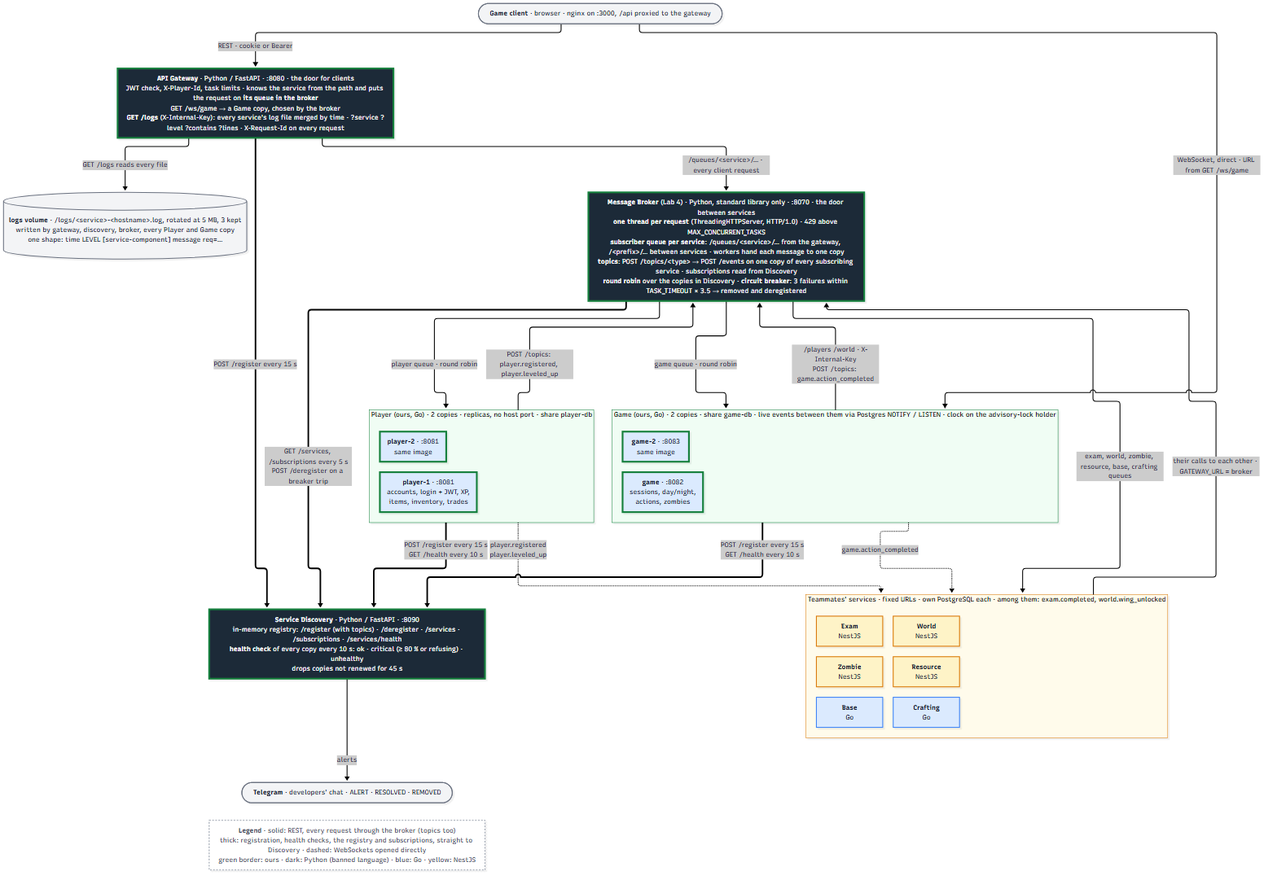
Above: architecture.png in fish30008/in-kahoots-with-the-undead (Mermaid), before the change. Its source is kept beside it as architecture.mmd.
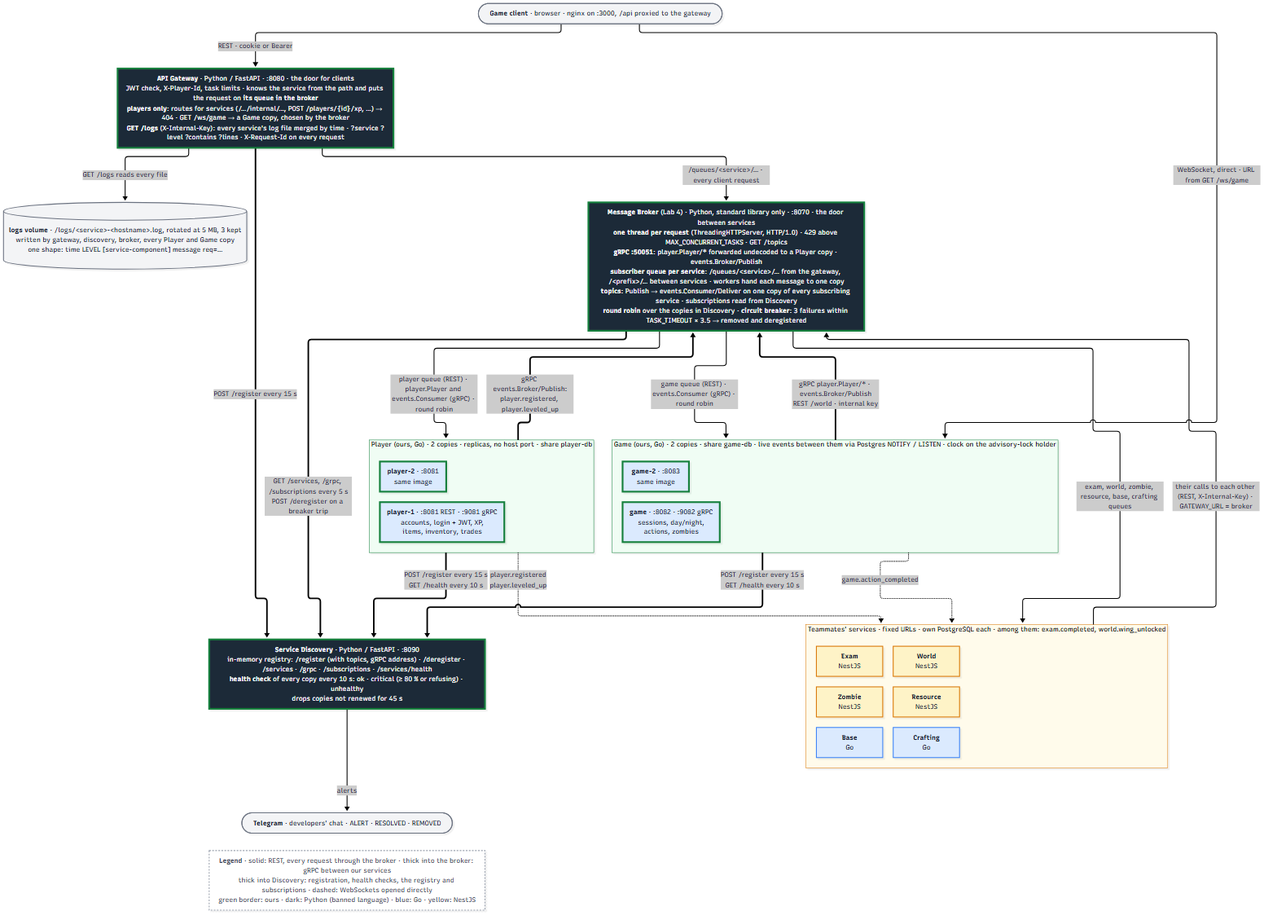
After the commit.

Commit message:
grades 7-8: grpc between services, closed gateway

Diff of the diagram source:
```diff
@@ -3,19 +3,19 @@
 
     client(["<b>Game client</b> · browser · nginx on :3000, /api proxied to the gateway"])
 
-    gateway["<b>API Gateway</b> · Python / FastAPI · :8080 · the door for clients<br/>JWT check, X-Player-Id, task limits · knows the service from the path and puts the request on <b>its queue in the broker</b><br/>GET /ws/game → a Game copy, chosen by the broker<br/><b>GET /logs</b> (X-Internal-Key): every service's log file merged by time · ?service ?level ?contains ?lines · X-Request-Id on every request"]
+    gateway["<b>API Gateway</b> · Python / FastAPI · :8080 · the door for clients<br/>JWT check, X-Player-Id, task limits · knows the service from the path and puts the request on <b>its queue in the broker</b><br/><b>players only</b>: routes for services (/…/internal/…, POST /players/{id}/xp, …) → 404 · GET /ws/game → a Game copy, chosen by the broker<br/><b>GET /logs</b> (X-Internal-Key): every service's log file merged by time · ?service ?level ?contains ?lines · X-Request-Id on every request"]
 
-    broker["<b>Message Broker</b> (Lab 4) · Python, standard library only · :8070 · the door between services<br/><b>one thread per request</b> (ThreadingHTTPServer, HTTP/1.0) · 429 above MAX_CONCURRENT_TASKS<br/><b>subscriber queue per service</b>: /queues/&lt;service&gt;/… from the gateway, /&lt;prefix&gt;/… between services · workers hand each message to one copy<br/><b>topics</b>: POST /topics/&lt;type&gt; → POST /events on one copy of every subscribing service · subscriptions read from Discovery<br/><b>round robin</b> over the copies in Discovery · <b>circuit breaker</b>: 3 failures within TASK_TIMEOUT × 3.5 → removed and deregistered"]
+    broker["<b>Message Broker</b> (Lab 4) · Python, standard library only · :8070 · the door between services<br/><b>one thread per request</b> (ThreadingHTTPServer, HTTP/1.0) · 429 above MAX_CONCURRENT_TASKS · GET /topics<br/><b>gRPC :50051</b>: player.Player/* forwarded undecoded to a Player copy · events.Broker/Publish<br/><b>subscriber queue per service</b>: /queues/&lt;service&gt;/… from the gateway, /&lt;prefix&gt;/… between services · workers hand each message to one copy<br/><b>topics</b>: Publish → events.Consumer/Deliver on one copy of every subscribing service · subscriptions read from Discovery<br/><b>round robin</b> over the copies in Discovery · <b>circuit breaker</b>: 3 failures within TASK_TIMEOUT × 3.5 → removed and deregistered"]
 
     subgraph playercopies["Player (ours, Go) · 2 copies · replicas, no host port · share player-db"]
         direction LR
-        player1["<b>player-1</b> · :8081<br/>accounts, login + JWT, XP,<br/>items, inventory, trades"]
+        player1["<b>player-1</b> · :8081 REST · :9081 gRPC<br/>accounts, login + JWT, XP,<br/>items, inventory, trades"]
         player2["<b>player-2</b> · :8081<br/>same image"]
     end
 
     subgraph gamecopies["Game (ours, Go) · 2 copies · share game-db · live events between them via Postgres NOTIFY / LISTEN · clock on the advisory-lock holder"]
         direction LR
-        game1["<b>game</b> · :8082<br/>sessions, day/night,<br/>actions, zombies"]
+        game1["<b>game</b> · :8082 · :9082 gRPC<br/>sessions, day/night,<br/>actions, zombies"]
         game2["<b>game-2</b> · :8083<br/>same image"]
     end
 
@@ -29,7 +29,7 @@
         crafting["<b>Crafting</b><br/>Go"]
     end
 
-    discovery["<b>Service Discovery</b> · Python / FastAPI · :8090<br/>in-memory registry: /register (with topics) · /deregister · /services · /subscriptions · /services/health<br/><b>health check</b> of every copy every 10 s: ok · critical (≥ 80 % or refusing) · unhealthy<br/>drops copies not renewed for 45 s"]
+    discovery["<b>Service Discovery</b> · Python / FastAPI · :8090<br/>in-memory registry: /register (with topics, gRPC address) · /deregister · /services · /grpc · /subscriptions · /services/health<br/><b>health check</b> of every copy every 10 s: ok · critical (≥ 80 % or refusing) · unhealthy<br/>drops copies not renewed for 45 s"]
 
     telegram(["<b>Telegram</b> · developers' chat · ALERT · RESOLVED · REMOVED"])
 
@@ -39,24 +39,24 @@
     client -. "WebSocket, direct · URL from GET /ws/game" .-> gamecopies
 
     gateway -- "/queues/&lt;service&gt;/… · every client request" --> broker
-    broker -- "player queue · round robin" --> playercopies
-    broker -- "game queue · round robin" --> gamecopies
+    broker -- "player queue (REST) · player.Player and events.Consumer (gRPC) · round robin" --> playercopies
+    broker -- "game queue (REST) · events.Consumer (gRPC) · round robin" --> gamecopies
     broker -- "exam, world, zombie, resource, base, crafting queues" --> team
-    gamecopies -- "/players /world · X-Internal-Key<br/>POST /topics: game.action_completed" --> broker
-    playercopies -- "POST /topics: player.registered, player.leveled_up" --> broker
-    team -- "their calls to each other · GATEWAY_URL = broker" --> broker
+    gamecopies == "gRPC player.Player/* · events.Broker/Publish<br/>REST /world · internal key" ==> broker
+    playercopies == "gRPC events.Broker/Publish:<br/>player.registered, player.leveled_up" ==> broker
+    team -- "their calls to each other (REST, X-Internal-Key) · GATEWAY_URL = broker" --> broker
 
     playercopies == "POST /register every 15 s<br/>GET /health every 10 s" ==> discovery
     gamecopies == "POST /register every 15 s<br/>GET /health every 10 s" ==> discovery
     gateway == "POST /register every 15 s" ==> discovery
-    broker == "GET /services, /subscriptions every 5 s<br/>POST /deregister on a breaker trip" ==> discovery
+    broker == "GET /services, /grpc, /subscriptions every 5 s<br/>POST /deregister on a breaker trip" ==> discovery
     gateway -- "GET /logs reads every file" --> logs
     discovery -- "alerts" --> telegram
 
     playercopies -. "player.registered<br/>player.leveled_up" .-> team
     gamecopies -. "game.action_completed" .-> team
 
-    legend["<b>Legend</b> · solid: REST, every request through the broker (topics too)<br/>thick: registration, health checks, the registry and subscriptions, straight to Discovery · dashed: WebSockets opened directly<br/>green border: ours · dark: Python (banned language) · blue: Go · yellow: NestJS"]
+    legend["<b>Legend</b> · solid: REST, every request through the broker · thick into the broker: gRPC between our services<br/>thick into Discovery: registration, health checks, the registry and subscriptions · dashed: WebSockets opened directly<br/>green border: ours · dark: Python (banned language) · blue: Go · yellow: NestJS"]
     telegram ~~~ legend
 
     classDef py fill:#1f2937,color:#ffffff,stroke:#15803d,stroke-width:4px
```
